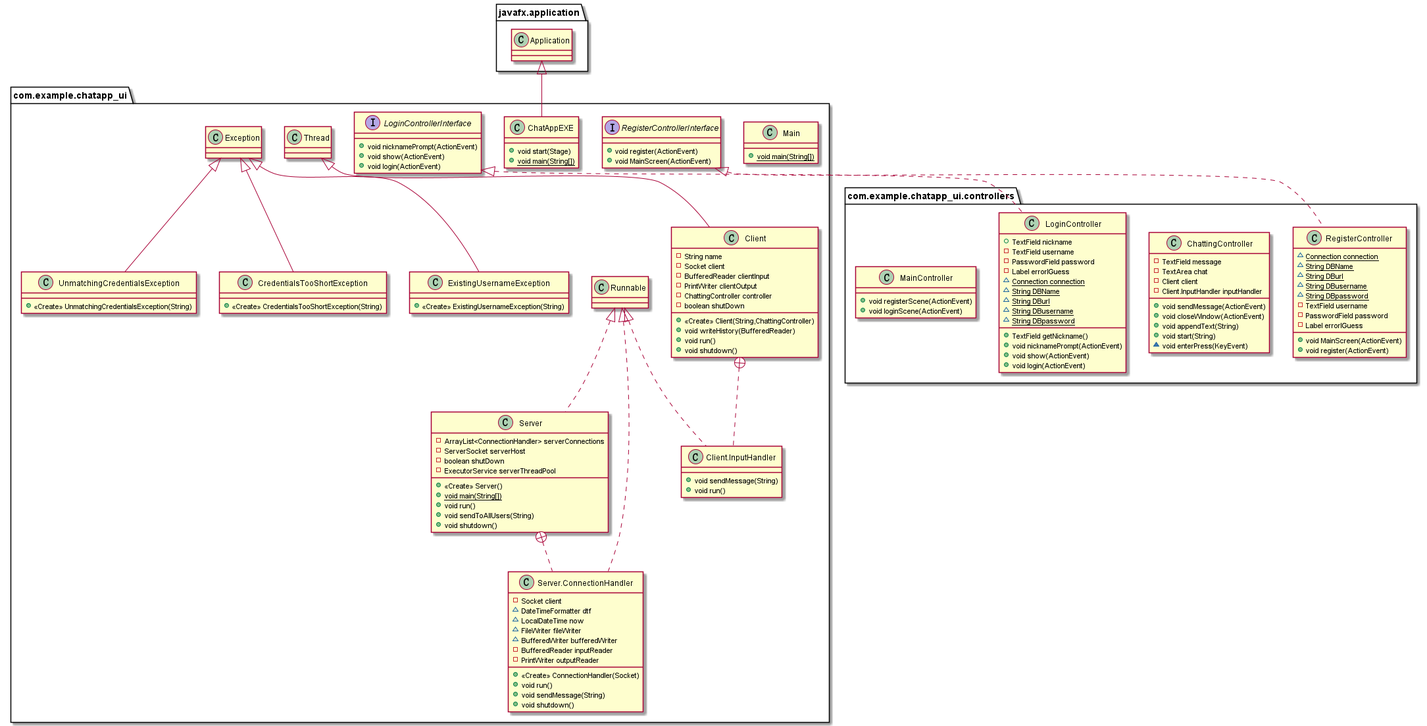
This is UML.png from Zedpaixd/Java-Chat-App, a PlantUML export, as it was before one commit.
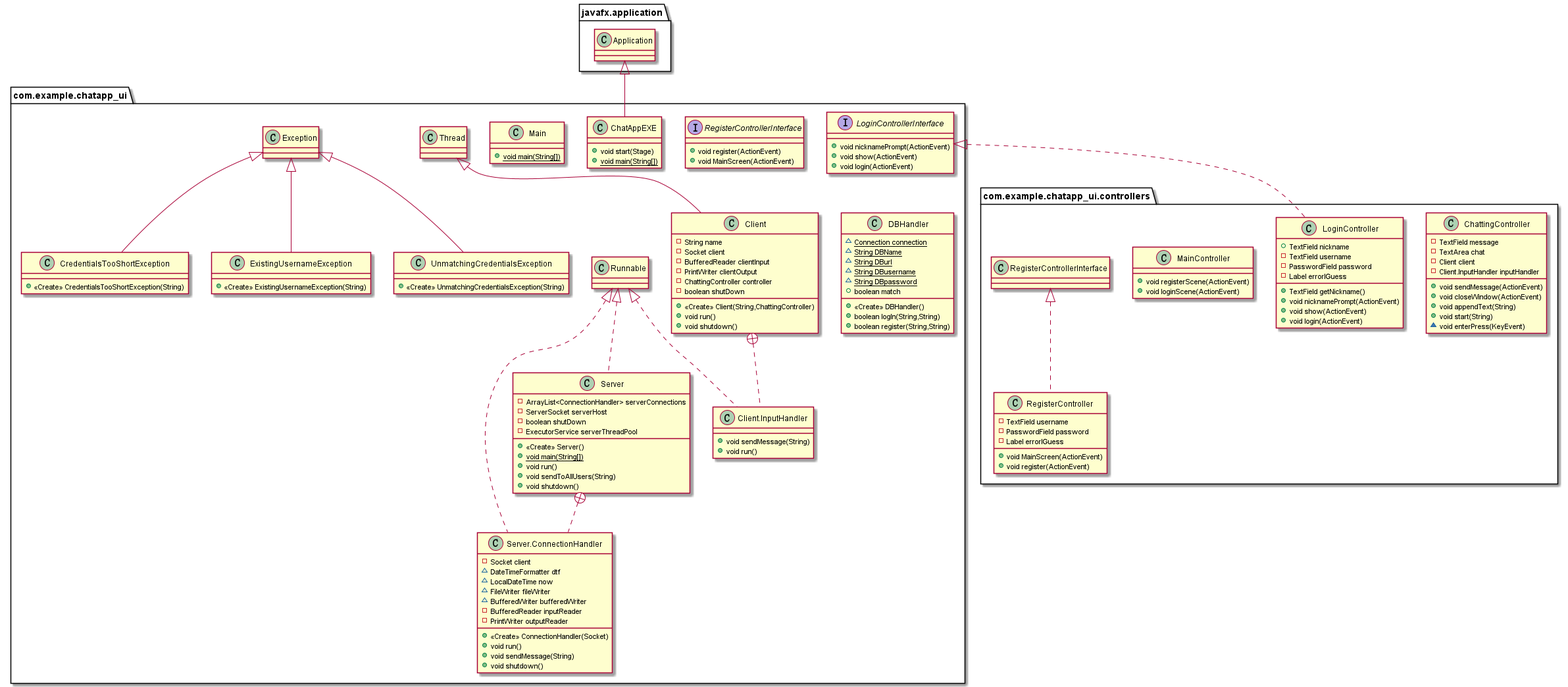
Above is the later version.

The edit, as a diff of the source:
```diff
@@ -1,10 +1,5 @@
 @startuml
 class com.example.chatapp_ui.controllers.RegisterController {
-~ {static} Connection connection
-~ {static} String DBName
-~ {static} String DBurl
-~ {static} String DBusername
-~ {static} String DBpassword
 - TextField username
 - PasswordField password
 - Label errorIGuess
@@ -19,7 +14,6 @@
 - ChattingController controller
 - boolean shutDown
 + <<Create>> Client(String,ChattingController)
-+ void writeHistory(BufferedReader)
 + void run()
 + void shutdown()
 }
@@ -77,15 +71,21 @@
 - TextField username
 - PasswordField password
 - Label errorIGuess
++ TextField getNickname()
++ void nicknamePrompt(ActionEvent)
++ void show(ActionEvent)
++ void login(ActionEvent)
+}
+class com.example.chatapp_ui.DBHandler {
 ~ {static} Connection connection
 ~ {static} String DBName
 ~ {static} String DBurl
 ~ {static} String DBusername
 ~ {static} String DBpassword
-+ TextField getNickname()
-+ void nicknamePrompt(ActionEvent)
-+ void show(ActionEvent)
-+ void login(ActionEvent)
++ boolean match
++ <<Create>> DBHandler()
++ boolean logIn(String,String)
++ boolean register(String,String)
 }
 class com.example.chatapp_ui.ChatAppEXE {
 + void start(Stage)
@@ -108,8 +108,7 @@
 }
 
 
-com.example.chatapp_ui.RegisterControllerInterface <|.. com.example.chatapp_ui.controllers.RegisterController
-com.example.chatapp_ui.LoginControllerInterface <|.. com.example.chatapp_ui.controllers.LoginController
+com.example.chatapp_ui.controllers.RegisterControllerInterface <|.. com.example.chatapp_ui.controllers.RegisterController
 com.example.chatapp_ui.Thread <|-- com.example.chatapp_ui.Client
 com.example.chatapp_ui.Client +.. com.example.chatapp_ui.Client.InputHandler
 com.example.chatapp_ui.Runnable <|.. com.example.chatapp_ui.Client.InputHandler
@@ -117,6 +116,7 @@
 com.example.chatapp_ui.Server +.. com.example.chatapp_ui.Server.ConnectionHandler
 com.example.chatapp_ui.Runnable <|.. com.example.chatapp_ui.Server.ConnectionHandler
 com.example.chatapp_ui.Exception <|-- com.example.chatapp_ui.CredentialsTooShortException
+com.example.chatapp_ui.LoginControllerInterface <|.. com.example.chatapp_ui.controllers.LoginController
 javafx.application.Application <|-- com.example.chatapp_ui.ChatAppEXE
 com.example.chatapp_ui.Exception <|-- com.example.chatapp_ui.ExistingUsernameException
 com.example.chatapp_ui.Exception <|-- com.example.chatapp_ui.UnmatchingCredentialsException
```
